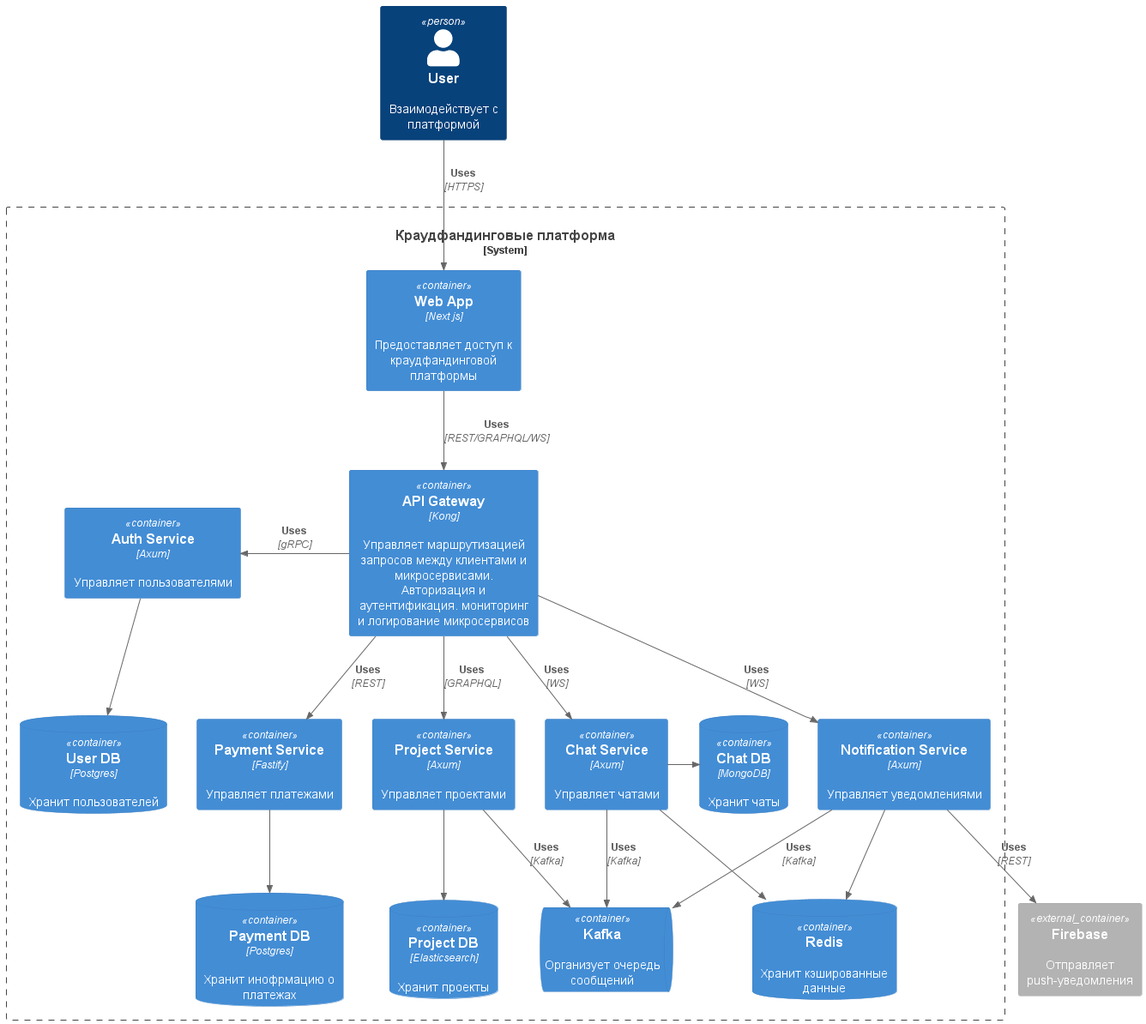
Yaosobolev/crowdfunding-platform keeps this PlantUML diagram as docs/C4_Container.png. Above is the earlier version. Source of this version:
```plantuml
@startuml C4_Container
!include <C4/C4_Container>

LAYOUT_TOP_DOWN()

Person(user, "User", "Взаимодействует с платформой")
System_Boundary(c1, "Краудфандинговые платформа") {
    Container(web_client, "Web App", "Next js", $descr="Предоставляет доступ к краудфандинговой платформы")
    Container(api_gateway, "API Gateway", "Kong", $descr="Управляет маршрутизацией запросов между клиентами и микросервисами. Авторизация и аутентификация. мониторинг и логирование микросервисов")
    Container(auth_service, "Auth Service", "Axum", $descr="Управляет пользователями")
    Container(project_service, "Project Service", "Axum", $descr="Управляет проектами")
    Container(payment_service, "Payment Service", "Fastify", $descr="Управляет платежами")
    Container(notification_service, "Notification Service", "Axum", $descr="Управляет уведомлениями")
    Container(chat_service, "Chat Service", "Axum", $descr="Управляет чатами")
    ContainerQueue(kafka, "Kafka",  $descr="Организует очередь сообщений")
    ContainerDb(project_db, "Project DB","Elasticsearch",  $descr="Хранит проекты")
    ContainerDb(user_db, "User DB","Postgres",  $descr="Хранит пользователей")
    ContainerDb(payment_db, "Payment DB","Postgres",  $descr="Хранит инофрмацию о платежах")
    ContainerDb(chat_db, "Chat DB","MongoDB",  $descr="Хранит чаты")
    ContainerDb(redis, "Redis",  $descr="Хранит кэшированные данные")
}
    Container_Ext(firebase, "Firebase",  $descr="Отправляет push-уведомления")

Rel(user, web_client, "Uses", "HTTPS")
Rel(web_client, api_gateway, "Uses", "REST/GRAPHQL/WS")
Rel_L(api_gateway, auth_service, "Uses", "gRPC")
Rel(api_gateway, payment_service, "Uses", "REST")
Rel(api_gateway, project_service, "Uses", "GRAPHQL")
Rel(api_gateway, chat_service, "Uses", "WS")
Rel(api_gateway, notification_service, "Uses", "WS")
Rel(notification_service, kafka, "Uses", "Kafka")
Rel(notification_service, redis,)
Rel(notification_service, firebase, "Uses", "REST")
Rel(chat_service, kafka, "Uses", "Kafka")
Rel(chat_service, redis,)
Rel(project_service, kafka, "Uses", "Kafka")
Rel(project_service, project_db, )
Rel(auth_service, user_db, )
Rel(payment_service, payment_db, )
Rel_R(chat_service, chat_db, )
@enduml
```
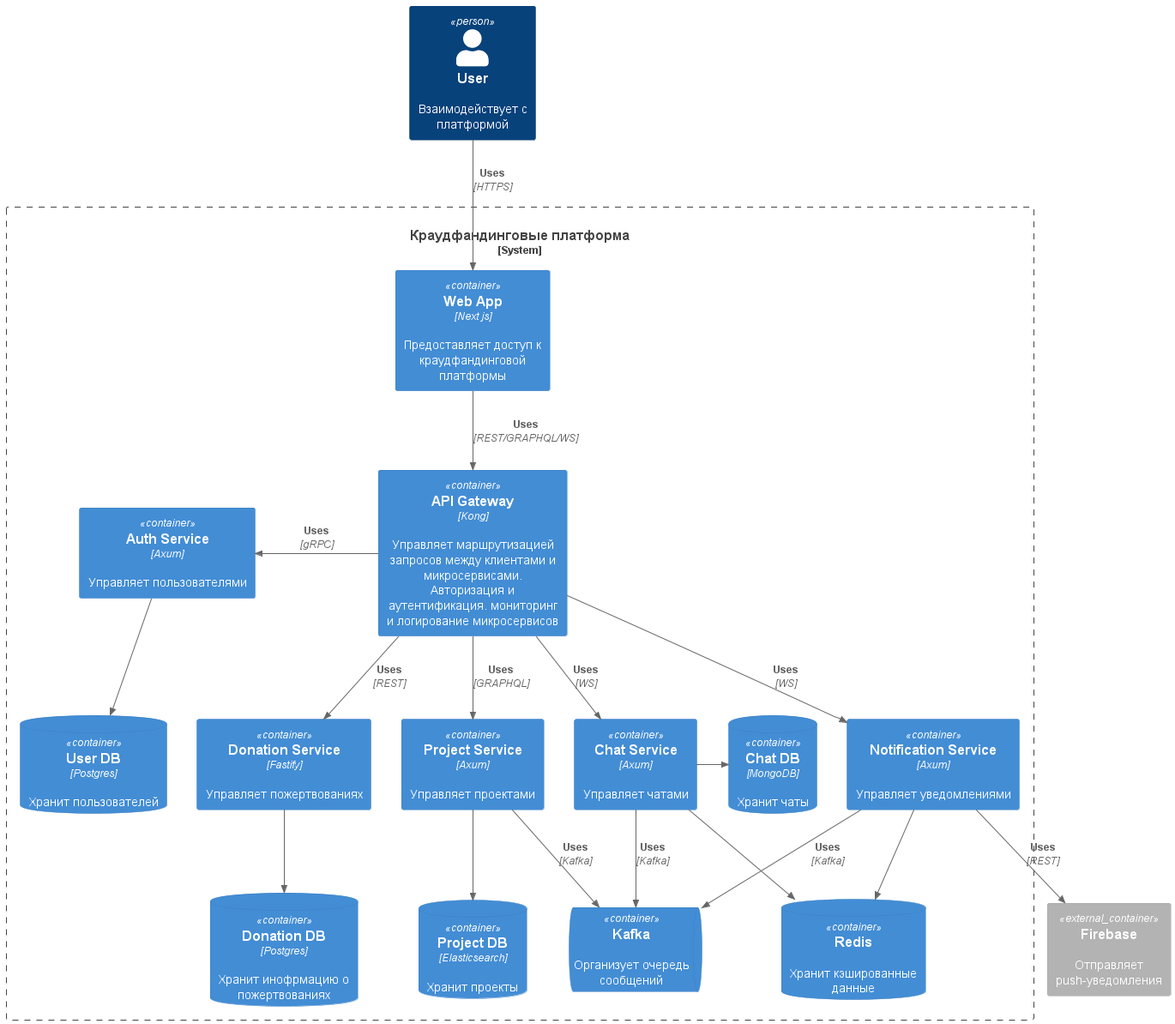
The same file after the commit.

Commit message:
Created overview and project erd

What changed in the source:
```diff
@@ -9,13 +9,13 @@
     Container(api_gateway, "API Gateway", "Kong", $descr="Управляет маршрутизацией запросов между клиентами и микросервисами. Авторизация и аутентификация. мониторинг и логирование микросервисов")
     Container(auth_service, "Auth Service", "Axum", $descr="Управляет пользователями")
     Container(project_service, "Project Service", "Axum", $descr="Управляет проектами")
-    Container(payment_service, "Payment Service", "Fastify", $descr="Управляет платежами")
+    Container(donation_service, "Donation Service", "Fastify", $descr="Управляет пожертвованиях")
     Container(notification_service, "Notification Service", "Axum", $descr="Управляет уведомлениями")
     Container(chat_service, "Chat Service", "Axum", $descr="Управляет чатами")
     ContainerQueue(kafka, "Kafka",  $descr="Организует очередь сообщений")
     ContainerDb(project_db, "Project DB","Elasticsearch",  $descr="Хранит проекты")
     ContainerDb(user_db, "User DB","Postgres",  $descr="Хранит пользователей")
-    ContainerDb(payment_db, "Payment DB","Postgres",  $descr="Хранит инофрмацию о платежах")
+    ContainerDb(donation_db, "Donation DB","Postgres",  $descr="Хранит инофрмацию о пожертвованиях")
     ContainerDb(chat_db, "Chat DB","MongoDB",  $descr="Хранит чаты")
     ContainerDb(redis, "Redis",  $descr="Хранит кэшированные данные")
 }
@@ -24,7 +24,7 @@
 Rel(user, web_client, "Uses", "HTTPS")
 Rel(web_client, api_gateway, "Uses", "REST/GRAPHQL/WS")
 Rel_L(api_gateway, auth_service, "Uses", "gRPC")
-Rel(api_gateway, payment_service, "Uses", "REST")
+Rel(api_gateway, donation_service, "Uses", "REST")
 Rel(api_gateway, project_service, "Uses", "GRAPHQL")
 Rel(api_gateway, chat_service, "Uses", "WS")
 Rel(api_gateway, notification_service, "Uses", "WS")
@@ -36,6 +36,6 @@
 Rel(project_service, kafka, "Uses", "Kafka")
 Rel(project_service, project_db, )
 Rel(auth_service, user_db, )
-Rel(payment_service, payment_db, )
+Rel(donation_service, donation_db, )
 Rel_R(chat_service, chat_db, )
 @enduml
```
